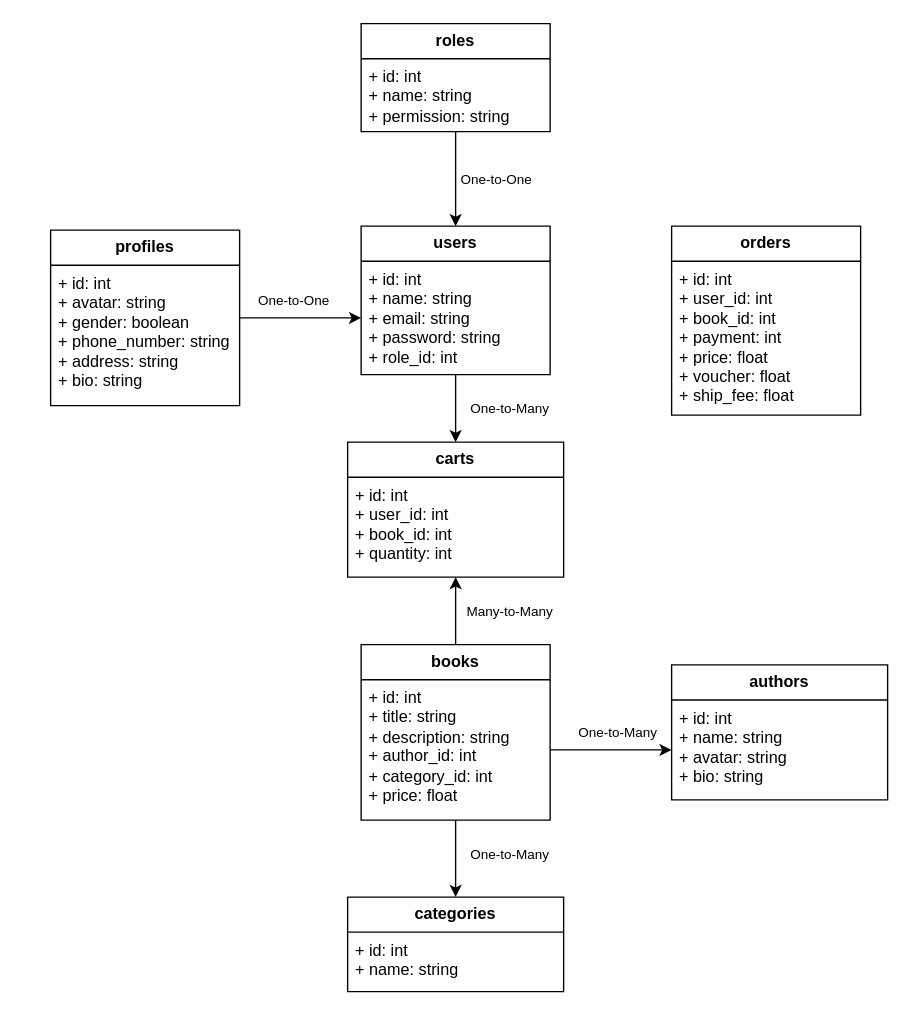
Before: public/Thiết kế ERD.drawio in tcquan-dev/demo, a draw.io diagram. Source tidied: cells renumbered, new cells numbered last; positions are measured from the earlier drawing's top-left corner, leaving out a move shared by most shapes. Both pictures are drawn from the tidied source at 135%, with x=0, y=0 at pixel (50, 23).
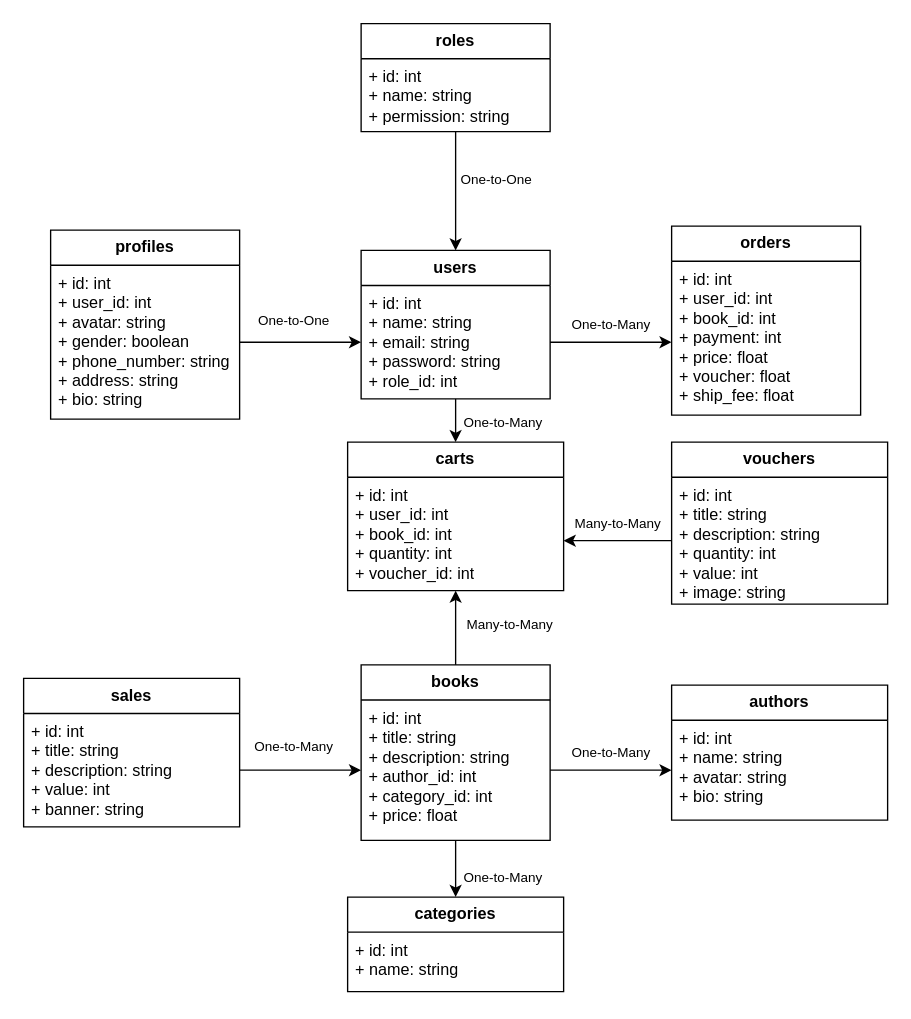
Above is the later version.

Unchanged cells that the change refers to:
```xml
<mxCell id="3" value="&lt;div&gt;+ id: int&lt;/div&gt;&lt;div&gt;+ name: string&lt;/div&gt;+ email: string&lt;div&gt;+ password: string&lt;/div&gt;&lt;div&gt;+ role_id: int&lt;/div&gt;" style="text;strokeColor=none;fillColor=none;align=left;verticalAlign=top;spacingLeft=4;spacingRight=4;overflow=hidden;points=[[0,0.5],[1,0.5]];portConstraint=eastwest;whiteSpace=wrap;html=1;" parent="2" vertex="1">
  <mxGeometry y="26" width="140" height="84" as="geometry" />
</mxCell>
<mxCell id="14" value="&lt;div&gt;+ id: int&lt;/div&gt;&lt;div&gt;+ title: string&lt;/div&gt;+ description: string&lt;div&gt;+ author_id: int&lt;/div&gt;&lt;div&gt;+ category_id: int&lt;/div&gt;&lt;div&gt;+ price: float&lt;/div&gt;" style="text;strokeColor=none;fillColor=none;align=left;verticalAlign=top;spacingLeft=4;spacingRight=4;overflow=hidden;points=[[0,0.5],[1,0.5]];portConstraint=eastwest;whiteSpace=wrap;html=1;" parent="13" vertex="1">
  <mxGeometry y="26" width="140" height="104" as="geometry" />
</mxCell>
<mxCell id="16" value="&lt;div&gt;+ id: int&lt;/div&gt;&lt;div&gt;+ name: string&lt;/div&gt;+ avatar: string&lt;div&gt;+ bio: string&lt;/div&gt;" style="text;strokeColor=none;fillColor=none;align=left;verticalAlign=top;spacingLeft=4;spacingRight=4;overflow=hidden;points=[[0,0.5],[1,0.5]];portConstraint=eastwest;whiteSpace=wrap;html=1;" parent="15" vertex="1">
  <mxGeometry y="26" width="160" height="74" as="geometry" />
</mxCell>
<mxCell id="29" value="&lt;div&gt;+ id: int&lt;/div&gt;&lt;div&gt;+ user_id: int&lt;/div&gt;&lt;div&gt;+ book_id: int&lt;/div&gt;&lt;div&gt;+ payment: int&lt;/div&gt;+ price: float&lt;div&gt;+ voucher: float&lt;/div&gt;&lt;div&gt;+ ship_fee: float&lt;br&gt;&lt;div&gt;&lt;br&gt;&lt;/div&gt;&lt;/div&gt;" style="text;strokeColor=none;fillColor=none;align=left;verticalAlign=top;spacingLeft=4;spacingRight=4;overflow=hidden;points=[[0,0.5],[1,0.5]];portConstraint=eastwest;whiteSpace=wrap;html=1;" parent="28" vertex="1">
  <mxGeometry y="26" width="140" height="114" as="geometry" />
</mxCell>
```

What changed in the source:
```diff
@@
     <mxCell id="2" value="&lt;b&gt;users&lt;/b&gt;" style="swimlane;fontStyle=0;horizontal=1;startSize=26;fillColor=none;whiteSpace=wrap;html=1;" parent="1" vertex="1">
-      <mxGeometry x="230" y="150" width="140" height="110" as="geometry" />
+      <mxGeometry x="230" y="168" width="140" height="110" as="geometry" />
     </mxCell>
@@
-    <mxCell id="4" style="edgeStyle=orthogonalEdgeStyle;rounded=0;jettySize=auto;html=1;" parent="1" edge="1" source="5" target="3">
-      <mxGeometry relative="1" as="geometry" />
-    </mxCell>
     <mxCell id="5" value="&lt;b&gt;profiles&lt;/b&gt;" style="swimlane;fontStyle=0;horizontal=1;startSize=26;fillColor=none;whiteSpace=wrap;html=1;" parent="1" vertex="1">
-      <mxGeometry y="153" width="140" height="130" as="geometry" />
+      <mxGeometry y="153" width="140" height="140" as="geometry" />
     </mxCell>
-    <mxCell id="6" value="&lt;div&gt;+ id: int&lt;/div&gt;&lt;div&gt;+ avatar: string&lt;/div&gt;&lt;div&gt;+ gender: boolean&lt;/div&gt;&lt;div&gt;+ phone_number: string&lt;/div&gt;&lt;div&gt;+ address: string&lt;/div&gt;+ bio: string" style="text;strokeColor=none;fillColor=none;align=left;verticalAlign=top;spacingLeft=4;spacingRight=4;overflow=hidden;points=[[0,0.5],[1,0.5]];portConstraint=eastwest;whiteSpace=wrap;html=1;" parent="5" vertex="1">
-      <mxGeometry y="26" width="140" height="104" as="geometry" />
+    <mxCell id="6" value="&lt;div&gt;+ id: int&lt;/div&gt;&lt;div&gt;+ user_id: int&lt;/div&gt;&lt;div&gt;+ avatar: string&lt;/div&gt;&lt;div&gt;+ gender: boolean&lt;/div&gt;&lt;div&gt;+ phone_number: string&lt;/div&gt;&lt;div&gt;+ address: string&lt;/div&gt;+ bio: string" style="text;strokeColor=none;fillColor=none;align=left;verticalAlign=top;spacingLeft=4;spacingRight=4;overflow=hidden;points=[[0,0.5],[1,0.5]];portConstraint=eastwest;whiteSpace=wrap;html=1;" parent="5" vertex="1">
+      <mxGeometry y="26" width="140" height="114" as="geometry" />
     </mxCell>
     <mxCell id="7" value="One-to-One" style="text;html=1;align=center;verticalAlign=middle;strokeColor=none;fillColor=none;fontSize=10;" parent="1" vertex="1">
-      <mxGeometry x="140" y="190" width="80" height="30" as="geometry" />
+      <mxGeometry x="140" y="205" width="80" height="30" as="geometry" />
     </mxCell>
@@
     <mxCell id="13" value="&lt;b&gt;books&lt;/b&gt;" style="swimlane;fontStyle=0;horizontal=1;startSize=26;fillColor=none;whiteSpace=wrap;html=1;" parent="1" vertex="1">
-      <mxGeometry x="230" y="460" width="140" height="130" as="geometry" />
+      <mxGeometry x="230" y="475" width="140" height="130" as="geometry" />
     </mxCell>
@@
     <mxCell id="15" value="&lt;b&gt;authors&lt;/b&gt;" style="swimlane;fontStyle=0;horizontal=1;startSize=26;fillColor=none;whiteSpace=wrap;html=1;" parent="1" vertex="1">
-      <mxGeometry x="460" y="475" width="160" height="100" as="geometry" />
+      <mxGeometry x="460" y="490" width="160" height="100" as="geometry" />
     </mxCell>
@@
-    <mxCell id="17" style="edgeStyle=orthogonalEdgeStyle;rounded=0;jettySize=auto;html=1;" parent="1" edge="1" source="14" target="16">
-      <mxGeometry relative="1" as="geometry" />
-    </mxCell>
     <mxCell id="18" value="One-to-Many" style="text;html=1;align=center;verticalAlign=middle;strokeColor=none;fillColor=none;fontSize=10;" parent="1" vertex="1">
-      <mxGeometry x="380" y="510" width="80" height="30" as="geometry" />
+      <mxGeometry x="375" y="525" width="80" height="30" as="geometry" />
     </mxCell>
@@
     <mxCell id="21" value="One-to-Many" style="text;html=1;align=center;verticalAlign=middle;strokeColor=none;fillColor=none;fontSize=10;" parent="1" vertex="1">
-      <mxGeometry x="300" y="600" width="80" height="30" as="geometry" />
+      <mxGeometry x="295" y="617" width="80" height="30" as="geometry" />
     </mxCell>
     <mxCell id="22" value="&lt;b&gt;carts&lt;/b&gt;" style="swimlane;fontStyle=0;horizontal=1;startSize=26;fillColor=none;whiteSpace=wrap;html=1;" parent="1" vertex="1">
-      <mxGeometry x="220" y="310" width="160" height="100" as="geometry" />
+      <mxGeometry x="220" y="310" width="160" height="110" as="geometry" />
     </mxCell>
-    <mxCell id="23" value="&lt;div&gt;+ id: int&lt;/div&gt;&lt;div&gt;+ user_id: int&lt;/div&gt;+ book_id: int&lt;div&gt;+ quantity: int&lt;/div&gt;&lt;div&gt;&lt;br&gt;&lt;/div&gt;" style="text;strokeColor=none;fillColor=none;align=left;verticalAlign=top;spacingLeft=4;spacingRight=4;overflow=hidden;points=[[0,0.5],[1,0.5]];portConstraint=eastwest;whiteSpace=wrap;html=1;" parent="22" vertex="1">
-      <mxGeometry y="26" width="160" height="74" as="geometry" />
+    <mxCell id="23" value="&lt;div&gt;+ id: int&lt;/div&gt;&lt;div&gt;+ user_id: int&lt;/div&gt;+ book_id: int&lt;div&gt;+ quantity: int&lt;/div&gt;&lt;div&gt;+ voucher_id: int&lt;/div&gt;" style="text;strokeColor=none;fillColor=none;align=left;verticalAlign=top;spacingLeft=4;spacingRight=4;overflow=hidden;points=[[0,0.5],[1,0.5]];portConstraint=eastwest;whiteSpace=wrap;html=1;" parent="22" vertex="1">
+      <mxGeometry y="26" width="160" height="84" as="geometry" />
     </mxCell>
@@
     <mxCell id="26" value="One-to-Many" style="text;html=1;align=center;verticalAlign=middle;strokeColor=none;fillColor=none;fontSize=10;" parent="1" vertex="1">
-      <mxGeometry x="300" y="270" width="80" height="30" as="geometry" />
+      <mxGeometry x="295" y="280" width="80" height="30" as="geometry" />
     </mxCell>
     <mxCell id="27" value="Many-to-Many" style="text;html=1;align=center;verticalAlign=middle;strokeColor=none;fillColor=none;fontSize=10;" parent="1" vertex="1">
-      <mxGeometry x="295" y="420" width="90" height="30" as="geometry" />
+      <mxGeometry x="295" y="430" width="90" height="30" as="geometry" />
     </mxCell>
@@
+    <mxCell id="30" style="edgeStyle=orthogonalEdgeStyle;rounded=0;jettySize=auto;html=1;entryX=0;entryY=0.5;entryDx=0;entryDy=0;" parent="1" edge="1" source="6" target="3">
+      <mxGeometry relative="1" as="geometry" />
+    </mxCell>
+    <mxCell id="31" value="&lt;b&gt;vouchers&lt;/b&gt;" style="swimlane;fontStyle=0;horizontal=1;startSize=26;fillColor=none;whiteSpace=wrap;html=1;" parent="1" vertex="1">
+      <mxGeometry x="460" y="310" width="160" height="120" as="geometry" />
+    </mxCell>
+    <mxCell id="32" value="&lt;div&gt;+ id: int&lt;/div&gt;&lt;div&gt;+ title: string&lt;/div&gt;+ description: string&lt;div&gt;+ quantity: int&lt;/div&gt;&lt;div&gt;+ value: int&lt;/div&gt;&lt;div&gt;+ image: string&lt;/div&gt;" style="text;strokeColor=none;fillColor=none;align=left;verticalAlign=top;spacingLeft=4;spacingRight=4;overflow=hidden;points=[[0,0.5],[1,0.5]];portConstraint=eastwest;whiteSpace=wrap;html=1;" parent="31" vertex="1">
+      <mxGeometry y="26" width="160" height="94" as="geometry" />
+    </mxCell>
+    <mxCell id="33" style="edgeStyle=orthogonalEdgeStyle;rounded=0;jettySize=auto;html=1;" parent="1" edge="1" source="32">
+      <mxGeometry relative="1" as="geometry">
+        <mxPoint x="380" y="383" as="targetPoint" />
+      </mxGeometry>
+    </mxCell>
+    <mxCell id="34" value="Many-to-Many" style="text;html=1;align=center;verticalAlign=middle;strokeColor=none;fillColor=none;fontSize=10;" parent="1" vertex="1">
+      <mxGeometry x="375" y="355" width="90" height="30" as="geometry" />
+    </mxCell>
+    <mxCell id="35" style="edgeStyle=orthogonalEdgeStyle;rounded=0;jettySize=auto;html=1;" parent="1" edge="1" source="3" target="29">
+      <mxGeometry relative="1" as="geometry">
+        <Array as="points">
+          <mxPoint x="440" y="236" />
+          <mxPoint x="440" y="236" />
+        </Array>
+      </mxGeometry>
+    </mxCell>
+    <mxCell id="36" value="One-to-Many" style="text;html=1;align=center;verticalAlign=middle;strokeColor=none;fillColor=none;fontSize=10;" parent="1" vertex="1">
+      <mxGeometry x="375" y="208" width="80" height="30" as="geometry" />
+    </mxCell>
+    <mxCell id="37" value="&lt;b&gt;sales&lt;/b&gt;" style="swimlane;fontStyle=0;horizontal=1;startSize=26;fillColor=none;whiteSpace=wrap;html=1;" parent="1" vertex="1">
+      <mxGeometry x="-20" y="485" width="160" height="110" as="geometry" />
+    </mxCell>
+    <mxCell id="38" value="&lt;div&gt;+ id: int&lt;/div&gt;&lt;div&gt;&lt;/div&gt;&lt;div&gt;&lt;div&gt;+ title: string&lt;/div&gt;+ description: string&lt;/div&gt;&lt;div&gt;+ value: int&lt;/div&gt;&lt;div&gt;+ banner: string&lt;/div&gt;" style="text;strokeColor=none;fillColor=none;align=left;verticalAlign=top;spacingLeft=4;spacingRight=4;overflow=hidden;points=[[0,0.5],[1,0.5]];portConstraint=eastwest;whiteSpace=wrap;html=1;" parent="37" vertex="1">
+      <mxGeometry y="26" width="160" height="84" as="geometry" />
+    </mxCell>
+    <mxCell id="39" style="edgeStyle=orthogonalEdgeStyle;rounded=0;jettySize=auto;html=1;" parent="1" edge="1" source="38" target="14">
+      <mxGeometry relative="1" as="geometry" />
+    </mxCell>
+    <mxCell id="40" value="One-to-Many" style="text;html=1;align=center;verticalAlign=middle;strokeColor=none;fillColor=none;fontSize=10;" parent="1" vertex="1">
+      <mxGeometry x="140" y="520" width="80" height="30" as="geometry" />
+    </mxCell>
+    <mxCell id="17" style="edgeStyle=orthogonalEdgeStyle;rounded=0;jettySize=auto;html=1;" parent="1" edge="1" source="14" target="16">
+      <mxGeometry relative="1" as="geometry" />
+    </mxCell>
```
